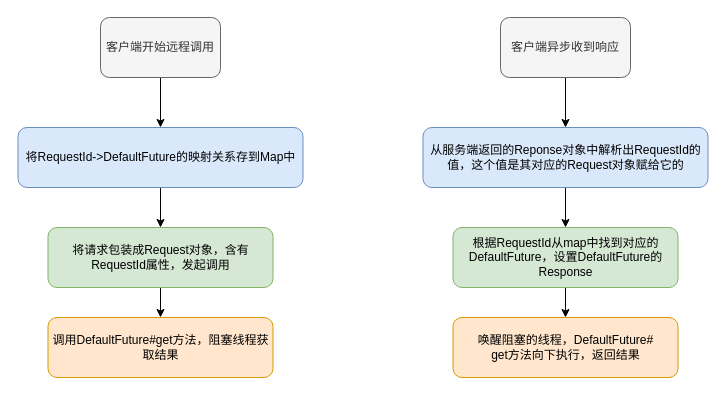
Before: dubbo/dubbo同步调用和异步调用.drawio in erlieStar/diagrams, a draw.io diagram. Source tidied: cells renumbered, new cells numbered last; positions are measured from the earlier drawing's top-left corner, leaving out a move shared by most shapes. Both pictures are drawn from the tidied source at 100%, with x=0, y=0 at pixel (18, 17).
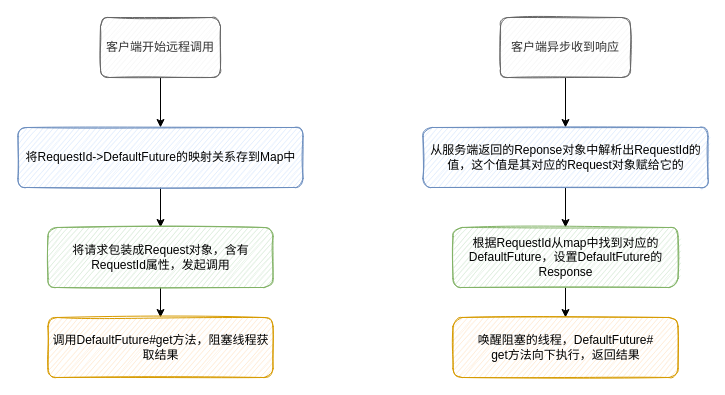
Above is the later version.

Commit message (it also covers changes not shown here):
Update dubbo同步调用和异步调用.drawio

The edit, as a diff of the source:
```diff
@@
 <mxGraphModel>
   <root>
     <mxCell id="0" />
     <mxCell id="1" parent="0" />
     <mxCell id="2" style="edgeStyle=orthogonalEdgeStyle;rounded=0;jettySize=auto;html=1;" parent="1" edge="1" source="3" target="5">
       <mxGeometry relative="1" as="geometry" />
     </mxCell>
-    <mxCell id="3" value="客户端开始远程调用" style="rounded=1;whiteSpace=wrap;html=1;sketch=0;fillColor=#f5f5f5;strokeColor=#666666;fontColor=#333333;" parent="1" vertex="1">
+    <mxCell id="3" value="客户端开始远程调用" style="rounded=1;whiteSpace=wrap;html=1;sketch=1;fillColor=#f5f5f5;strokeColor=#666666;fontColor=#333333;" parent="1" vertex="1">
       <mxGeometry x="82" width="120" height="60" as="geometry" />
     </mxCell>
     <mxCell id="4" style="edgeStyle=orthogonalEdgeStyle;rounded=0;jettySize=auto;html=1;" parent="1" edge="1" source="5" target="7">
       <mxGeometry relative="1" as="geometry" />
     </mxCell>
-    <mxCell id="5" value="将RequestId-&amp;gt;DefaultFuture的映射关系存到Map中" style="rounded=1;whiteSpace=wrap;html=1;fillColor=#dae8fc;strokeColor=#6c8ebf;sketch=0;" parent="1" vertex="1">
+    <mxCell id="5" value="将RequestId-&amp;gt;DefaultFuture的映射关系存到Map中" style="rounded=1;whiteSpace=wrap;html=1;fillColor=#dae8fc;strokeColor=#6c8ebf;sketch=1;" parent="1" vertex="1">
       <mxGeometry x="-0.5" y="110" width="285" height="60" as="geometry" />
     </mxCell>
     <mxCell id="6" style="edgeStyle=orthogonalEdgeStyle;rounded=0;jettySize=auto;html=1;" parent="1" edge="1" source="7" target="15">
       <mxGeometry relative="1" as="geometry" />
     </mxCell>
-    <mxCell id="7" value="将请求包装成Request对象，含有RequestId属性，发起调用" style="rounded=1;whiteSpace=wrap;html=1;fillColor=#d5e8d4;strokeColor=#82b366;sketch=0;" parent="1" vertex="1">
+    <mxCell id="7" value="将请求包装成Request对象，含有RequestId属性，发起调用" style="rounded=1;whiteSpace=wrap;html=1;fillColor=#d5e8d4;strokeColor=#82b366;sketch=1;" parent="1" vertex="1">
       <mxGeometry x="29.5" y="210" width="225" height="60" as="geometry" />
     </mxCell>
     <mxCell id="8" style="edgeStyle=orthogonalEdgeStyle;rounded=0;jettySize=auto;html=1;" parent="1" edge="1" source="9" target="11">
       <mxGeometry relative="1" as="geometry" />
     </mxCell>
-    <mxCell id="9" value="客户端异步收到响应" style="rounded=1;whiteSpace=wrap;html=1;fillColor=#f5f5f5;strokeColor=#666666;fontColor=#333333;" parent="1" vertex="1">
+    <mxCell id="9" value="客户端异步收到响应" style="rounded=1;whiteSpace=wrap;html=1;fillColor=#f5f5f5;strokeColor=#666666;fontColor=#333333;sketch=1;" parent="1" vertex="1">
       <mxGeometry x="482" width="130" height="60" as="geometry" />
     </mxCell>
     <mxCell id="10" style="edgeStyle=orthogonalEdgeStyle;rounded=0;jettySize=auto;html=1;" parent="1" edge="1" source="11" target="13">
       <mxGeometry relative="1" as="geometry" />
     </mxCell>
-    <mxCell id="11" value="从服务端返回的Reponse对象中解析出RequestId的值，这个值是其对应的Request对象赋给它的&lt;br&gt;" style="rounded=1;whiteSpace=wrap;html=1;fillColor=#dae8fc;strokeColor=#6c8ebf;" parent="1" vertex="1">
+    <mxCell id="11" value="从服务端返回的Reponse对象中解析出RequestId的值，这个值是其对应的Request对象赋给它的&lt;br&gt;" style="rounded=1;whiteSpace=wrap;html=1;fillColor=#dae8fc;strokeColor=#6c8ebf;sketch=1;" parent="1" vertex="1">
       <mxGeometry x="404.5" y="110" width="285" height="60" as="geometry" />
     </mxCell>
     <mxCell id="12" style="edgeStyle=orthogonalEdgeStyle;rounded=0;jettySize=auto;html=1;" parent="1" edge="1" source="13" target="14">
       <mxGeometry relative="1" as="geometry" />
     </mxCell>
-    <mxCell id="13" value="根据RequestId从map中找到对应的DefaultFuture，设置DefaultFuture的Response" style="rounded=1;whiteSpace=wrap;html=1;fillColor=#d5e8d4;strokeColor=#82b366;" parent="1" vertex="1">
+    <mxCell id="13" value="根据RequestId从map中找到对应的DefaultFuture，设置DefaultFuture的Response" style="rounded=1;whiteSpace=wrap;html=1;fillColor=#d5e8d4;strokeColor=#82b366;sketch=1;" parent="1" vertex="1">
       <mxGeometry x="434.5" y="210" width="225" height="60" as="geometry" />
     </mxCell>
-    <mxCell id="14" value="唤醒阻塞的线程，DefaultFuture#&lt;br&gt;get方法向下执行，返回结果" style="rounded=1;whiteSpace=wrap;html=1;fillColor=#ffe6cc;strokeColor=#d79b00;" parent="1" vertex="1">
+    <mxCell id="14" value="唤醒阻塞的线程，DefaultFuture#&lt;br&gt;get方法向下执行，返回结果" style="rounded=1;whiteSpace=wrap;html=1;fillColor=#ffe6cc;strokeColor=#d79b00;sketch=1;" parent="1" vertex="1">
       <mxGeometry x="434.5" y="300" width="225" height="60" as="geometry" />
     </mxCell>
-    <mxCell id="15" value="调用DefaultFuture#get方法，阻塞线程获取结果" style="rounded=1;whiteSpace=wrap;html=1;fillColor=#ffe6cc;strokeColor=#d79b00;" parent="1" vertex="1">
+    <mxCell id="15" value="调用DefaultFuture#get方法，阻塞线程获取结果" style="rounded=1;whiteSpace=wrap;html=1;fillColor=#ffe6cc;strokeColor=#d79b00;sketch=1;" parent="1" vertex="1">
       <mxGeometry x="29.5" y="300" width="225" height="60" as="geometry" />
     </mxCell>
   </root>
 </mxGraphModel>
```
